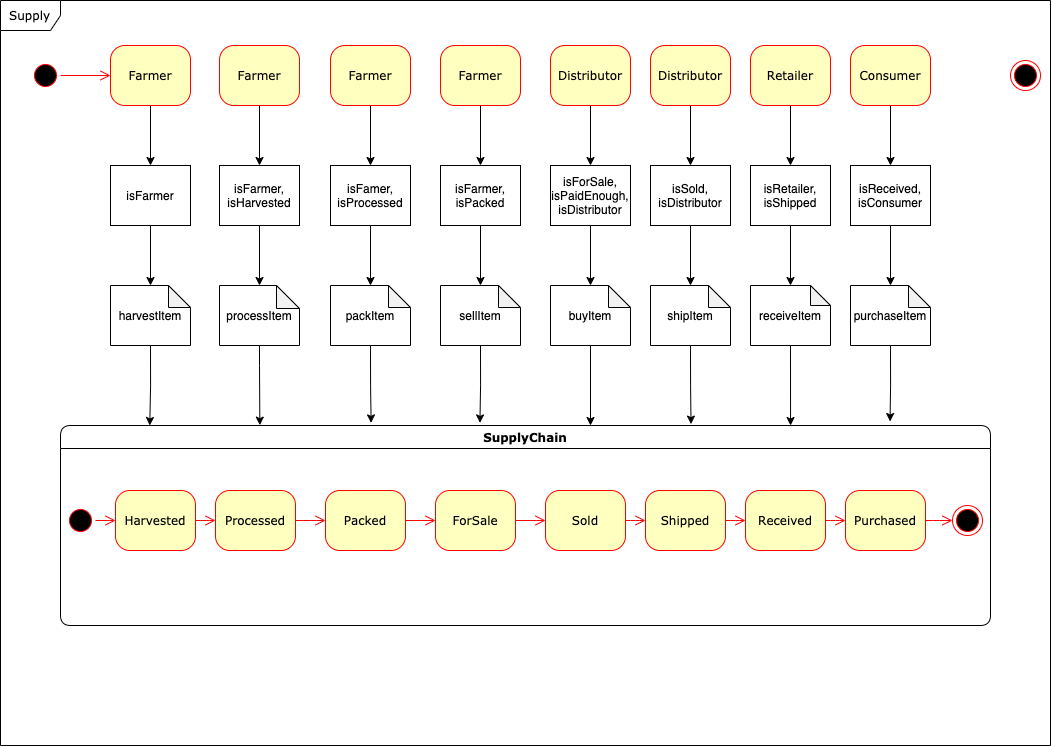
This is uml/State.png from xthian82/udacity-dapp-supplychain, a draw.io export, as it was before one commit. Source tidied: cells renumbered, new cells last; positions are measured from the earlier drawing's top-left corner, leaving out a move shared by most shapes.
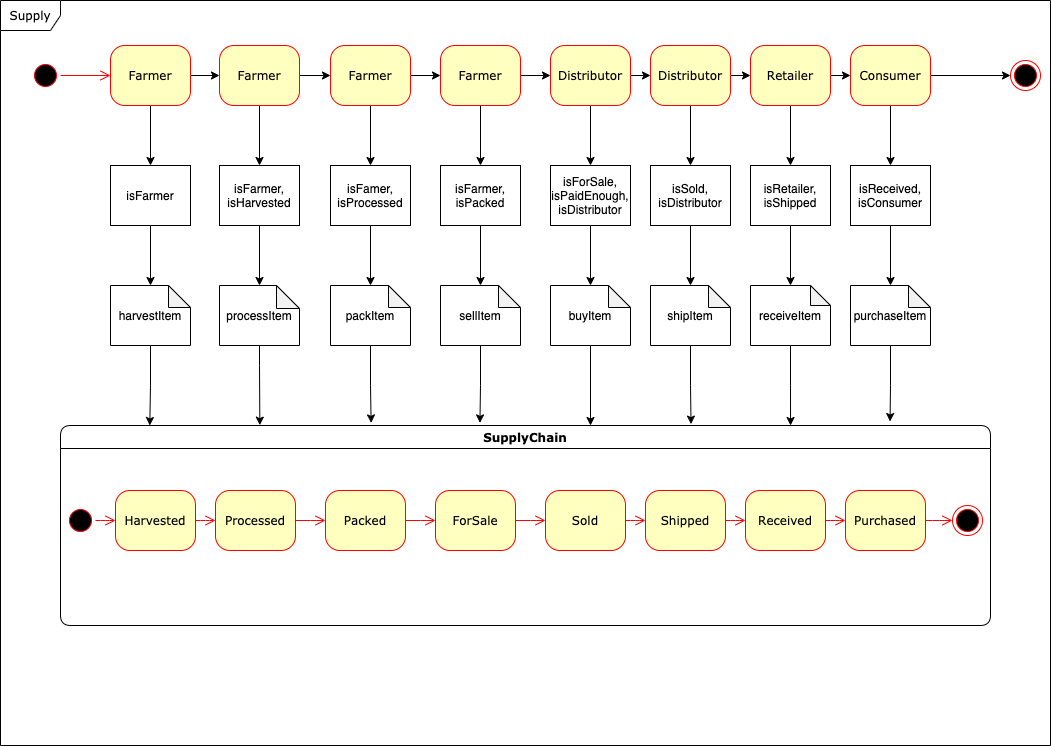
Above is the later version.

Commit message:
uml@State

The edit, as a diff of the source:
```diff
@@ -11,24 +11,36 @@
     <mxCell id="4" style="edgeStyle=orthogonalEdgeStyle;rounded=0;jettySize=auto;html=1;exitX=0.5;exitY=1;exitDx=0;exitDy=0;" parent="1" edge="1" source="5" target="35">
       <mxGeometry relative="1" as="geometry" />
     </mxCell>
+    <mxCell id="74" style="edgeStyle=orthogonalEdgeStyle;rounded=0;jettySize=auto;html=1;exitX=1;exitY=0.5;exitDx=0;exitDy=0;entryX=0;entryY=0.5;entryDx=0;entryDy=0;" parent="1" edge="1" source="5" target="41">
+      <mxGeometry relative="1" as="geometry" />
+    </mxCell>
     <mxCell id="5" value="Farmer" style="rounded=1;whiteSpace=wrap;html=1;arcSize=24;fillColor=#ffffc0;strokeColor=#ff0000;shadow=0;comic=0;labelBackgroundColor=none;fontFamily=Verdana;fontSize=12;fontColor=#000000;align=center;" parent="1" vertex="1">
       <mxGeometry x="110" y="45" width="80" height="60" as="geometry" />
     </mxCell>
     <mxCell id="6" style="edgeStyle=orthogonalEdgeStyle;rounded=0;jettySize=auto;html=1;exitX=0.5;exitY=1;exitDx=0;exitDy=0;entryX=0.5;entryY=0;entryDx=0;entryDy=0;" parent="1" edge="1" source="7" target="63">
       <mxGeometry relative="1" as="geometry" />
     </mxCell>
+    <mxCell id="75" style="edgeStyle=orthogonalEdgeStyle;rounded=0;jettySize=auto;html=1;exitX=1;exitY=0.5;exitDx=0;exitDy=0;entryX=0;entryY=0.5;entryDx=0;entryDy=0;" parent="1" edge="1" source="7" target="11">
+      <mxGeometry relative="1" as="geometry" />
+    </mxCell>
     <mxCell id="7" value="Distributor" style="rounded=1;whiteSpace=wrap;html=1;arcSize=24;fillColor=#ffffc0;strokeColor=#ff0000;shadow=0;comic=0;labelBackgroundColor=none;fontFamily=Verdana;fontSize=12;fontColor=#000000;align=center;" parent="1" vertex="1">
       <mxGeometry x="650" y="45" width="80" height="60" as="geometry" />
     </mxCell>
     <mxCell id="8" style="edgeStyle=orthogonalEdgeStyle;rounded=0;jettySize=auto;html=1;exitX=0.5;exitY=1;exitDx=0;exitDy=0;entryX=0.5;entryY=0;entryDx=0;entryDy=0;" parent="1" edge="1" source="9" target="71">
       <mxGeometry relative="1" as="geometry" />
     </mxCell>
+    <mxCell id="76" style="edgeStyle=orthogonalEdgeStyle;rounded=0;jettySize=auto;html=1;exitX=1;exitY=0.5;exitDx=0;exitDy=0;" parent="1" edge="1" source="9" target="33">
+      <mxGeometry relative="1" as="geometry" />
+    </mxCell>
     <mxCell id="9" value="Consumer" style="rounded=1;whiteSpace=wrap;html=1;arcSize=24;fillColor=#ffffc0;strokeColor=#ff0000;shadow=0;comic=0;labelBackgroundColor=none;fontFamily=Verdana;fontSize=12;fontColor=#000000;align=center;" parent="1" vertex="1">
       <mxGeometry x="850" y="45" width="80" height="60" as="geometry" />
     </mxCell>
     <mxCell id="10" style="edgeStyle=orthogonalEdgeStyle;rounded=0;jettySize=auto;html=1;exitX=0.5;exitY=1;exitDx=0;exitDy=0;entryX=0.5;entryY=0;entryDx=0;entryDy=0;" parent="1" edge="1" source="11" target="67">
       <mxGeometry relative="1" as="geometry" />
     </mxCell>
+    <mxCell id="77" style="edgeStyle=orthogonalEdgeStyle;rounded=0;jettySize=auto;html=1;exitX=1;exitY=0.5;exitDx=0;exitDy=0;entryX=0;entryY=0.5;entryDx=0;entryDy=0;" parent="1" edge="1" source="11" target="9">
+      <mxGeometry relative="1" as="geometry" />
+    </mxCell>
     <mxCell id="11" value="Retailer" style="rounded=1;whiteSpace=wrap;html=1;arcSize=24;fillColor=#ffffc0;strokeColor=#ff0000;shadow=0;comic=0;labelBackgroundColor=none;fontFamily=Verdana;fontSize=12;fontColor=#000000;align=center;" parent="1" vertex="1">
       <mxGeometry x="750" y="45" width="80" height="60" as="geometry" />
     </mxCell>
@@ -113,24 +125,36 @@
     <mxCell id="38" style="edgeStyle=orthogonalEdgeStyle;rounded=0;jettySize=auto;html=1;exitX=0.5;exitY=1;exitDx=0;exitDy=0;entryX=0.5;entryY=0;entryDx=0;entryDy=0;" parent="1" edge="1" source="39" target="59">
       <mxGeometry relative="1" as="geometry" />
     </mxCell>
+    <mxCell id="78" style="edgeStyle=orthogonalEdgeStyle;rounded=0;jettySize=auto;html=1;exitX=1;exitY=0.5;exitDx=0;exitDy=0;entryX=0;entryY=0.5;entryDx=0;entryDy=0;" parent="1" edge="1" source="39" target="7">
+      <mxGeometry relative="1" as="geometry" />
+    </mxCell>
     <mxCell id="39" value="Distributor" style="rounded=1;whiteSpace=wrap;html=1;arcSize=24;fillColor=#ffffc0;strokeColor=#ff0000;shadow=0;comic=0;labelBackgroundColor=none;fontFamily=Verdana;fontSize=12;fontColor=#000000;align=center;" parent="1" vertex="1">
       <mxGeometry x="550" y="45" width="80" height="60" as="geometry" />
     </mxCell>
     <mxCell id="40" style="edgeStyle=orthogonalEdgeStyle;rounded=0;jettySize=auto;html=1;exitX=0.5;exitY=1;exitDx=0;exitDy=0;entryX=0.5;entryY=0;entryDx=0;entryDy=0;" parent="1" edge="1" source="41" target="47">
       <mxGeometry relative="1" as="geometry" />
     </mxCell>
+    <mxCell id="79" style="edgeStyle=orthogonalEdgeStyle;rounded=0;jettySize=auto;html=1;exitX=1;exitY=0.5;exitDx=0;exitDy=0;entryX=0;entryY=0.5;entryDx=0;entryDy=0;" parent="1" edge="1" source="41" target="43">
+      <mxGeometry relative="1" as="geometry" />
+    </mxCell>
     <mxCell id="41" value="Farmer" style="rounded=1;whiteSpace=wrap;html=1;arcSize=24;fillColor=#ffffc0;strokeColor=#ff0000;shadow=0;comic=0;labelBackgroundColor=none;fontFamily=Verdana;fontSize=12;fontColor=#000000;align=center;" parent="1" vertex="1">
       <mxGeometry x="219" y="45" width="80" height="60" as="geometry" />
     </mxCell>
     <mxCell id="42" style="edgeStyle=orthogonalEdgeStyle;rounded=0;jettySize=auto;html=1;exitX=0.5;exitY=1;exitDx=0;exitDy=0;entryX=0.5;entryY=0;entryDx=0;entryDy=0;" parent="1" edge="1" source="43" target="51">
       <mxGeometry relative="1" as="geometry" />
     </mxCell>
+    <mxCell id="80" style="edgeStyle=orthogonalEdgeStyle;rounded=0;jettySize=auto;html=1;exitX=1;exitY=0.5;exitDx=0;exitDy=0;entryX=0;entryY=0.5;entryDx=0;entryDy=0;" parent="1" edge="1" source="43" target="45">
+      <mxGeometry relative="1" as="geometry" />
+    </mxCell>
     <mxCell id="43" value="Farmer" style="rounded=1;whiteSpace=wrap;html=1;arcSize=24;fillColor=#ffffc0;strokeColor=#ff0000;shadow=0;comic=0;labelBackgroundColor=none;fontFamily=Verdana;fontSize=12;fontColor=#000000;align=center;" parent="1" vertex="1">
       <mxGeometry x="330" y="45" width="80" height="60" as="geometry" />
     </mxCell>
     <mxCell id="44" style="edgeStyle=orthogonalEdgeStyle;rounded=0;jettySize=auto;html=1;exitX=0.5;exitY=1;exitDx=0;exitDy=0;entryX=0.5;entryY=0;entryDx=0;entryDy=0;" parent="1" edge="1" source="45" target="55">
       <mxGeometry relative="1" as="geometry" />
     </mxCell>
+    <mxCell id="81" style="edgeStyle=orthogonalEdgeStyle;rounded=0;jettySize=auto;html=1;exitX=1;exitY=0.5;exitDx=0;exitDy=0;entryX=0;entryY=0.5;entryDx=0;entryDy=0;" parent="1" edge="1" source="45" target="39">
+      <mxGeometry relative="1" as="geometry" />
+    </mxCell>
     <mxCell id="45" value="Farmer" style="rounded=1;whiteSpace=wrap;html=1;arcSize=24;fillColor=#ffffc0;strokeColor=#ff0000;shadow=0;comic=0;labelBackgroundColor=none;fontFamily=Verdana;fontSize=12;fontColor=#000000;align=center;" parent="1" vertex="1">
       <mxGeometry x="440" y="45" width="80" height="60" as="geometry" />
     </mxCell>
```
